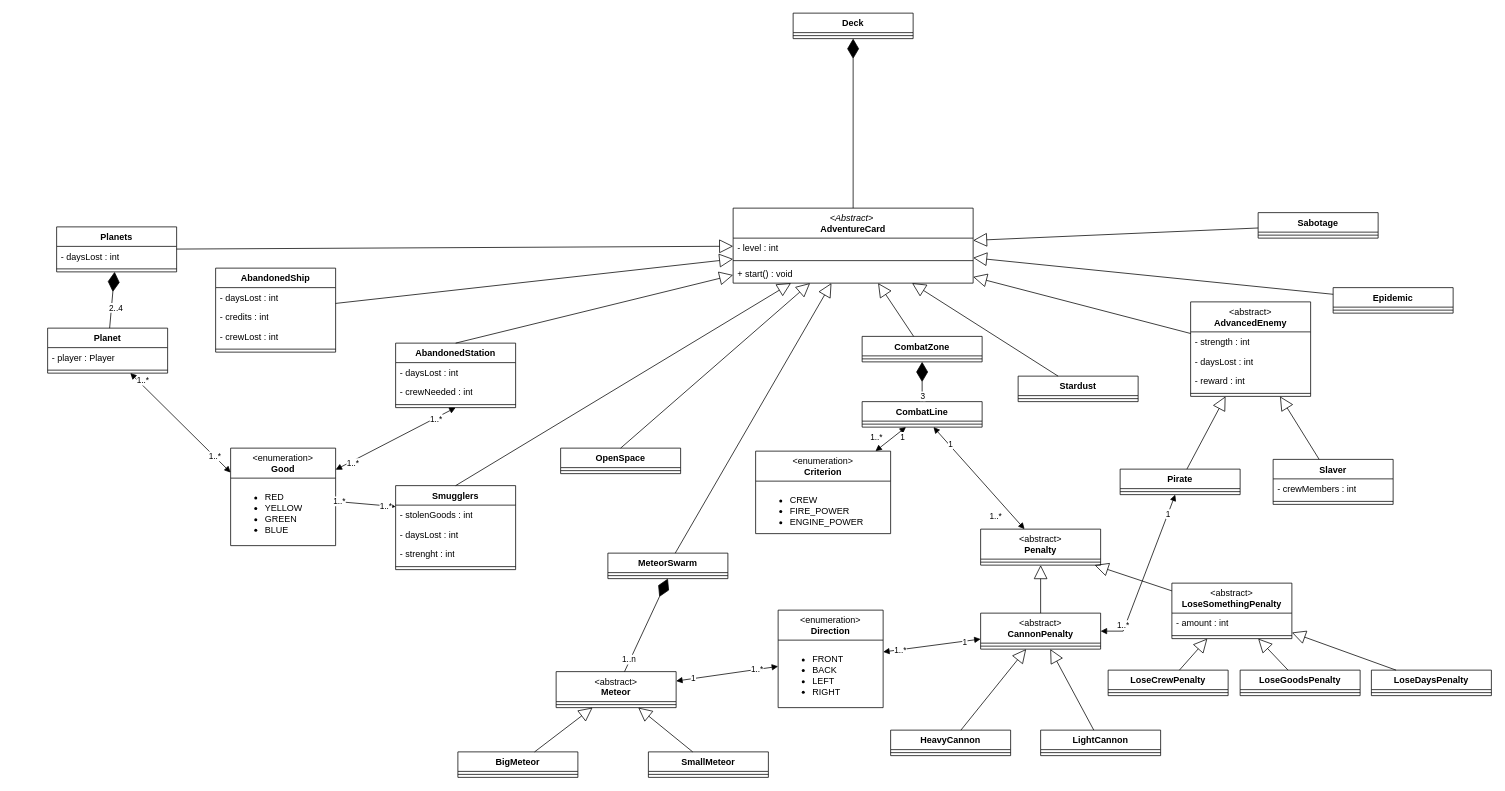
Lollo03c/GalaxyTruckerJava keeps this draw.io diagram as UML_Schemes/carte_avventura_v1.1.drawio. Above is the earlier version. Source tidied: cells renumbered, new cells numbered last; positions are measured from the earlier drawing's top-left corner, leaving out a move shared by most shapes. Both pictures are drawn from the tidied source at 75%, with x=0, y=0 at pixel (47, 13).
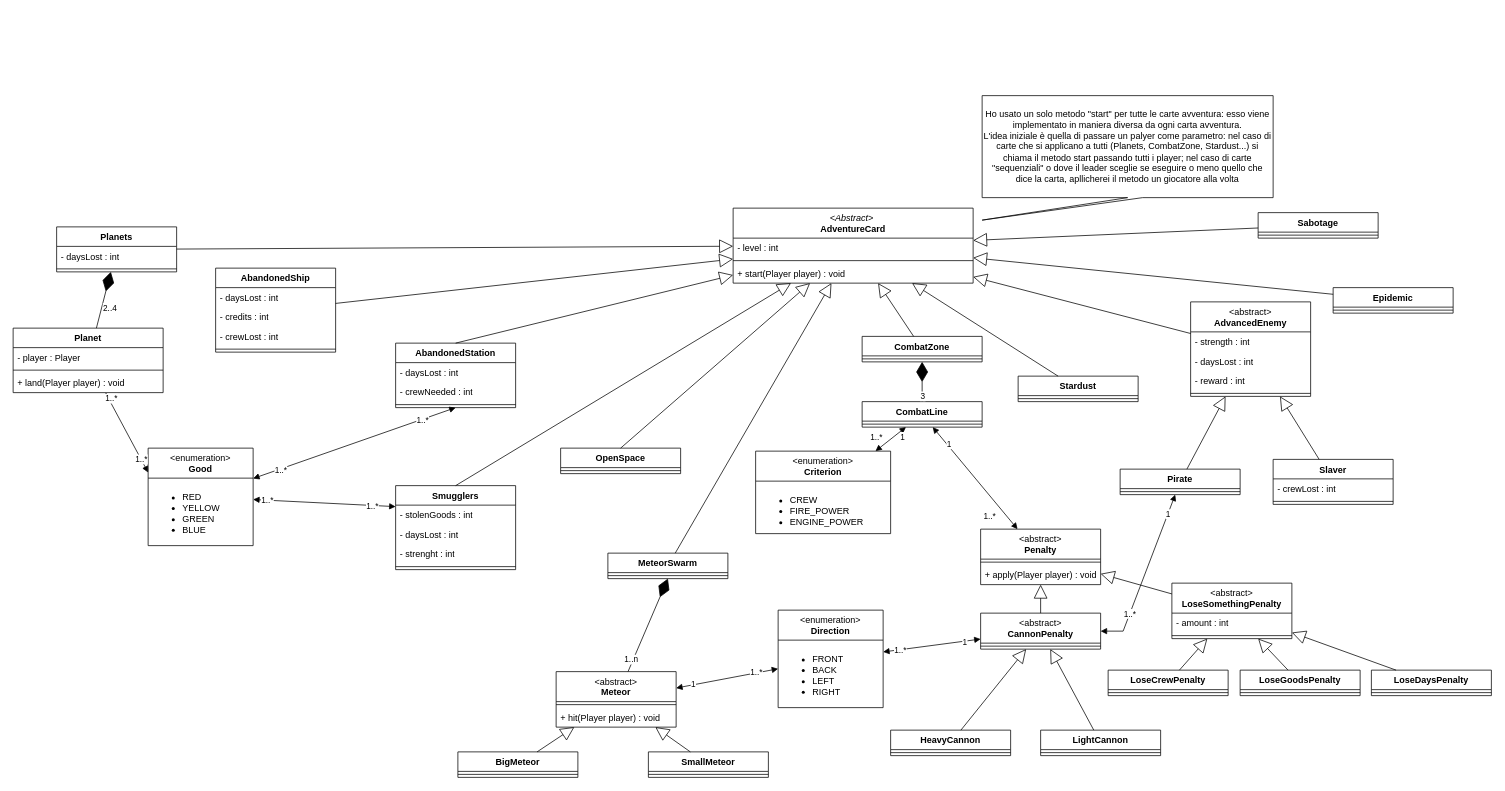
Above is the later version.

Unchanged cells that the change refers to:
```xml
<mxCell id="2" value="&lt;span style=&quot;font-weight: normal;&quot;&gt;&lt;i&gt;&amp;lt;Abstract&amp;gt;&amp;nbsp;&lt;/i&gt;&lt;/span&gt;&lt;div&gt;AdventureCard&lt;/div&gt;" style="swimlane;fontStyle=1;align=center;verticalAlign=top;horizontal=1;startSize=40;whiteSpace=wrap;html=1;" parent="1" vertex="1">
  <mxGeometry x="914" y="260" width="320" height="100" as="geometry" />
</mxCell>
<mxCell id="115" value="Slaver" style="swimlane;fontStyle=1;align=center;verticalAlign=top;horizontal=1;startSize=26;whiteSpace=wrap;html=1;" parent="1" vertex="1">
  <mxGeometry x="1634" y="595" width="160" height="60" as="geometry" />
</mxCell>
<mxCell id="120" style="endArrow=block;startArrow=block;endFill=1;startFill=1;html=1;rounded=0;" parent="1" edge="1" source="118" target="81">
  <mxGeometry relative="1" as="geometry">
    <Array as="points">
      <mxPoint x="1434" y="824" />
    </Array>
  </mxGeometry>
</mxCell>
```

Change to the diagram source:
```diff
@@
-    <mxCell id="5" value="+ start() : void" style="text;strokeColor=none;fillColor=none;align=left;verticalAlign=top;spacingLeft=4;spacingRight=4;overflow=hidden;whiteSpace=wrap;html=1;" parent="2" vertex="1">
+    <mxCell id="5" value="+ start(Player player) : void" style="text;strokeColor=none;fillColor=none;align=left;verticalAlign=top;spacingLeft=4;spacingRight=4;overflow=hidden;whiteSpace=wrap;html=1;" parent="2" vertex="1">
       <mxGeometry y="74" width="320" height="26" as="geometry" />
     </mxCell>
@@
     <mxCell id="10" value="Planet" style="swimlane;fontStyle=1;align=center;verticalAlign=top;horizontal=1;startSize=26;whiteSpace=wrap;html=1;" parent="1" vertex="1">
-      <mxGeometry y="420" width="160" height="60" as="geometry" />
+      <mxGeometry x="-46" y="420" width="200" height="86" as="geometry" />
     </mxCell>
     <mxCell id="11" value="- player : Player" style="text;strokeColor=none;fillColor=none;align=left;verticalAlign=top;spacingLeft=4;spacingRight=4;overflow=hidden;whiteSpace=wrap;html=1;" parent="10" vertex="1">
-      <mxGeometry y="26" width="160" height="26" as="geometry" />
+      <mxGeometry y="26" width="200" height="26" as="geometry" />
     </mxCell>
     <mxCell id="12" style="line;strokeWidth=1;fillColor=none;align=left;verticalAlign=middle;spacingTop=-1;spacingLeft=3;spacingRight=3;labelPosition=right;strokeColor=inherit;" parent="10" vertex="1">
-      <mxGeometry y="52" width="160" height="8" as="geometry" />
+      <mxGeometry y="52" width="200" height="8" as="geometry" />
     </mxCell>
+    <mxCell id="134" value="+ land(Player player) : void" style="text;strokeColor=none;fillColor=none;align=left;verticalAlign=top;spacingLeft=4;spacingRight=4;overflow=hidden;whiteSpace=wrap;html=1;" parent="10" vertex="1">
+      <mxGeometry y="60" width="200" height="26" as="geometry" />
+    </mxCell>
@@
     <mxCell id="15" value="&amp;lt;enumeration&amp;gt;&lt;div&gt;&lt;b&gt;Good&lt;/b&gt;&lt;/div&gt;" style="swimlane;fontStyle=0;horizontal=1;startSize=40;fillColor=none;whiteSpace=wrap;html=1;" parent="1" vertex="1">
-      <mxGeometry x="244" y="580" width="140" height="130" as="geometry" />
+      <mxGeometry x="134" y="580" width="140" height="130" as="geometry" />
     </mxCell>
@@
     <mxCell id="49" value="&lt;div&gt;&lt;span style=&quot;font-weight: normal;&quot;&gt;&amp;lt;abstract&amp;gt;&lt;/span&gt;&lt;/div&gt;Meteor" style="swimlane;fontStyle=1;align=center;verticalAlign=top;horizontal=1;startSize=40;whiteSpace=wrap;html=1;" parent="1" vertex="1">
-      <mxGeometry x="678" y="878" width="160" height="48" as="geometry" />
+      <mxGeometry x="678" y="878" width="160" height="74" as="geometry" />
     </mxCell>
@@
+    <mxCell id="135" value="+ hit(Player player) : void" style="text;strokeColor=none;fillColor=none;align=left;verticalAlign=top;spacingLeft=4;spacingRight=4;overflow=hidden;whiteSpace=wrap;html=1;" parent="49" vertex="1">
+      <mxGeometry y="48" width="160" height="26" as="geometry" />
+    </mxCell>
@@
     <mxCell id="76" value="&lt;div&gt;&lt;span style=&quot;font-weight: normal;&quot;&gt;&amp;lt;abstract&amp;gt;&lt;/span&gt;&lt;/div&gt;Penalty" style="swimlane;fontStyle=1;align=center;verticalAlign=top;horizontal=1;startSize=40;whiteSpace=wrap;html=1;" parent="1" vertex="1">
-      <mxGeometry x="1244" y="688" width="160" height="48" as="geometry" />
+      <mxGeometry x="1244" y="688" width="160" height="74" as="geometry" />
     </mxCell>
@@
+    <mxCell id="136" value="+ apply(Player player) : void" style="text;strokeColor=none;fillColor=none;align=left;verticalAlign=top;spacingLeft=4;spacingRight=4;overflow=hidden;whiteSpace=wrap;html=1;" parent="76" vertex="1">
+      <mxGeometry y="48" width="160" height="26" as="geometry" />
+    </mxCell>
@@
-    <mxCell id="116" value="- crewMembers : int" style="text;strokeColor=none;fillColor=none;align=left;verticalAlign=top;spacingLeft=4;spacingRight=4;overflow=hidden;whiteSpace=wrap;html=1;" parent="115" vertex="1">
+    <mxCell id="116" value="- crewLost : int" style="text;strokeColor=none;fillColor=none;align=left;verticalAlign=top;spacingLeft=4;spacingRight=4;overflow=hidden;whiteSpace=wrap;html=1;" parent="115" vertex="1">
       <mxGeometry y="26" width="160" height="26" as="geometry" />
     </mxCell>
@@
     <mxCell id="122" value="1..*" style="edgeLabel;html=1;align=center;verticalAlign=middle;" parent="120" vertex="1">
       <mxGeometry x="0.74" y="-3" relative="1" as="geometry">
-        <mxPoint x="1" y="-6" as="offset" />
+        <mxPoint x="10" y="-21" as="offset" />
       </mxGeometry>
     </mxCell>
@@
-    <mxCell id="131" value="Deck" style="swimlane;fontStyle=1;align=center;verticalAlign=top;horizontal=1;startSize=26;whiteSpace=wrap;html=1;" parent="1" vertex="1">
-      <mxGeometry x="994" width="160" height="34" as="geometry" />
-    </mxCell>
-    <mxCell id="132" style="line;strokeWidth=1;fillColor=none;align=left;verticalAlign=middle;spacingTop=-1;spacingLeft=3;spacingRight=3;labelPosition=right;strokeColor=inherit;" parent="131" vertex="1">
-      <mxGeometry y="26" width="160" height="8" as="geometry" />
-    </mxCell>
-    <mxCell id="133" style="endArrow=diamondThin;endFill=1;endSize=24;html=1;rounded=0;" parent="1" edge="1" source="2" target="131">
-      <mxGeometry relative="1" as="geometry" />
-    </mxCell>
+    <mxCell id="137" value="Ho usato un solo metodo &quot;start&quot; per tutte le carte avventura: esso viene implementato in maniera diversa da ogni carta avventura.&lt;div&gt;L'idea iniziale è quella di passare un palyer come parametro: nel caso di carte che si applicano a tutti (Planets, CombatZone, Stardust...) si chiama il metodo start passando tutti i player; nel caso di carte &quot;sequenziali&quot; o dove il leader sceglie se eseguire o meno quello che dice la carta, apllicherei il metodo un giocatore alla volta&lt;/div&gt;" style="shape=callout;whiteSpace=wrap;html=1;perimeter=calloutPerimeter;position2=0;" parent="1" vertex="1">
+      <mxGeometry x="1246" y="110" width="388" height="166" as="geometry" />
+    </mxCell>
```
